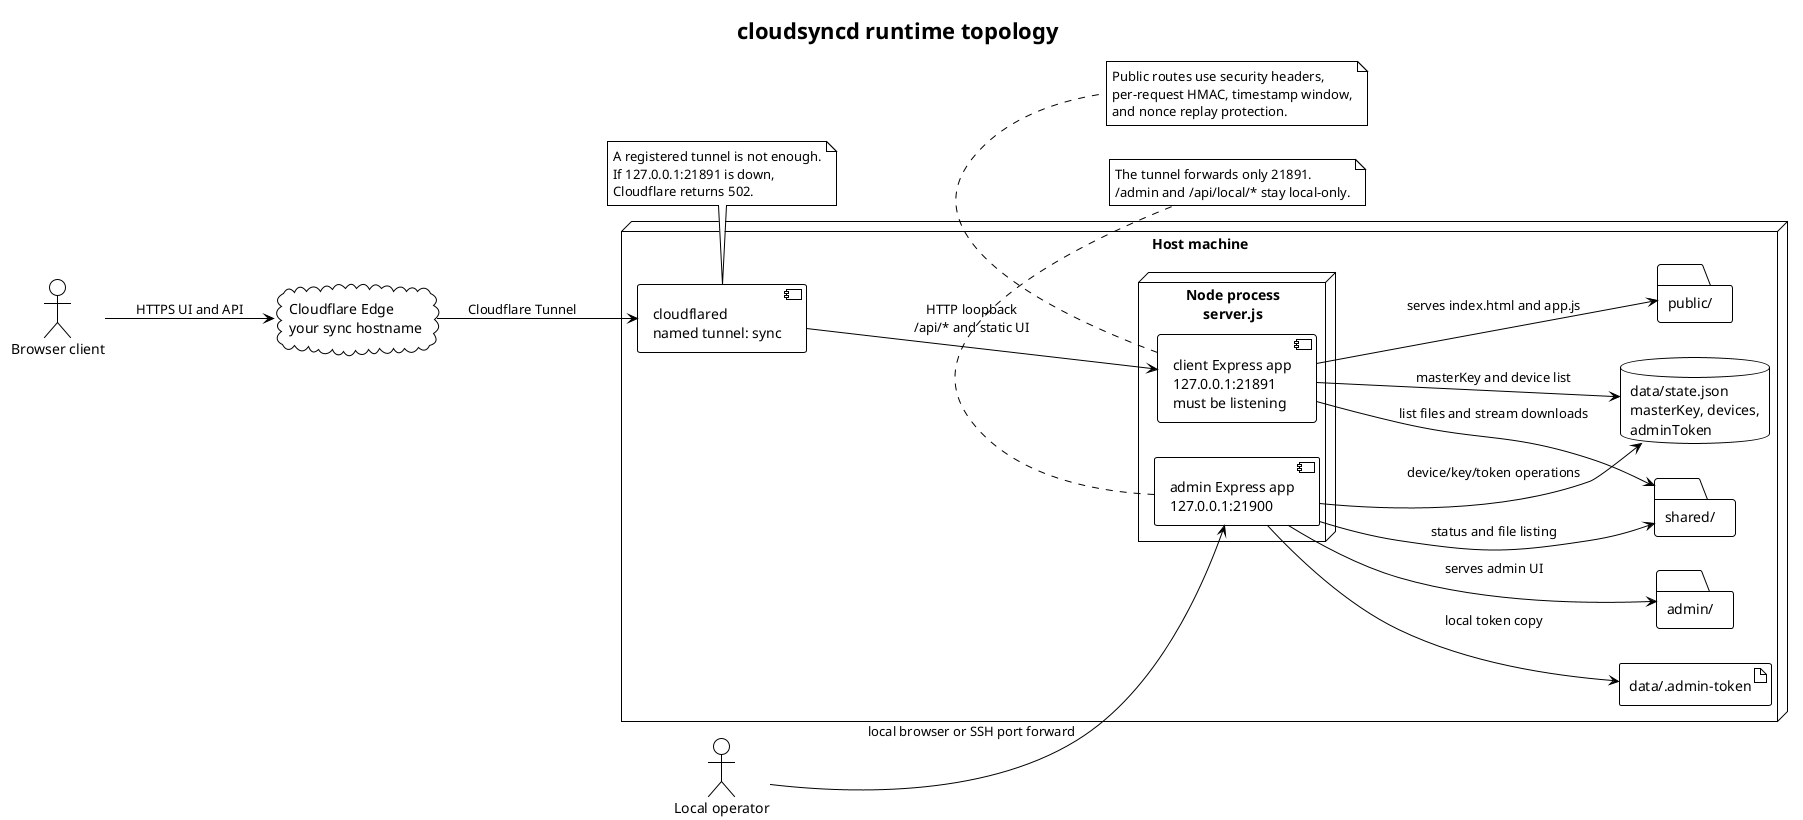
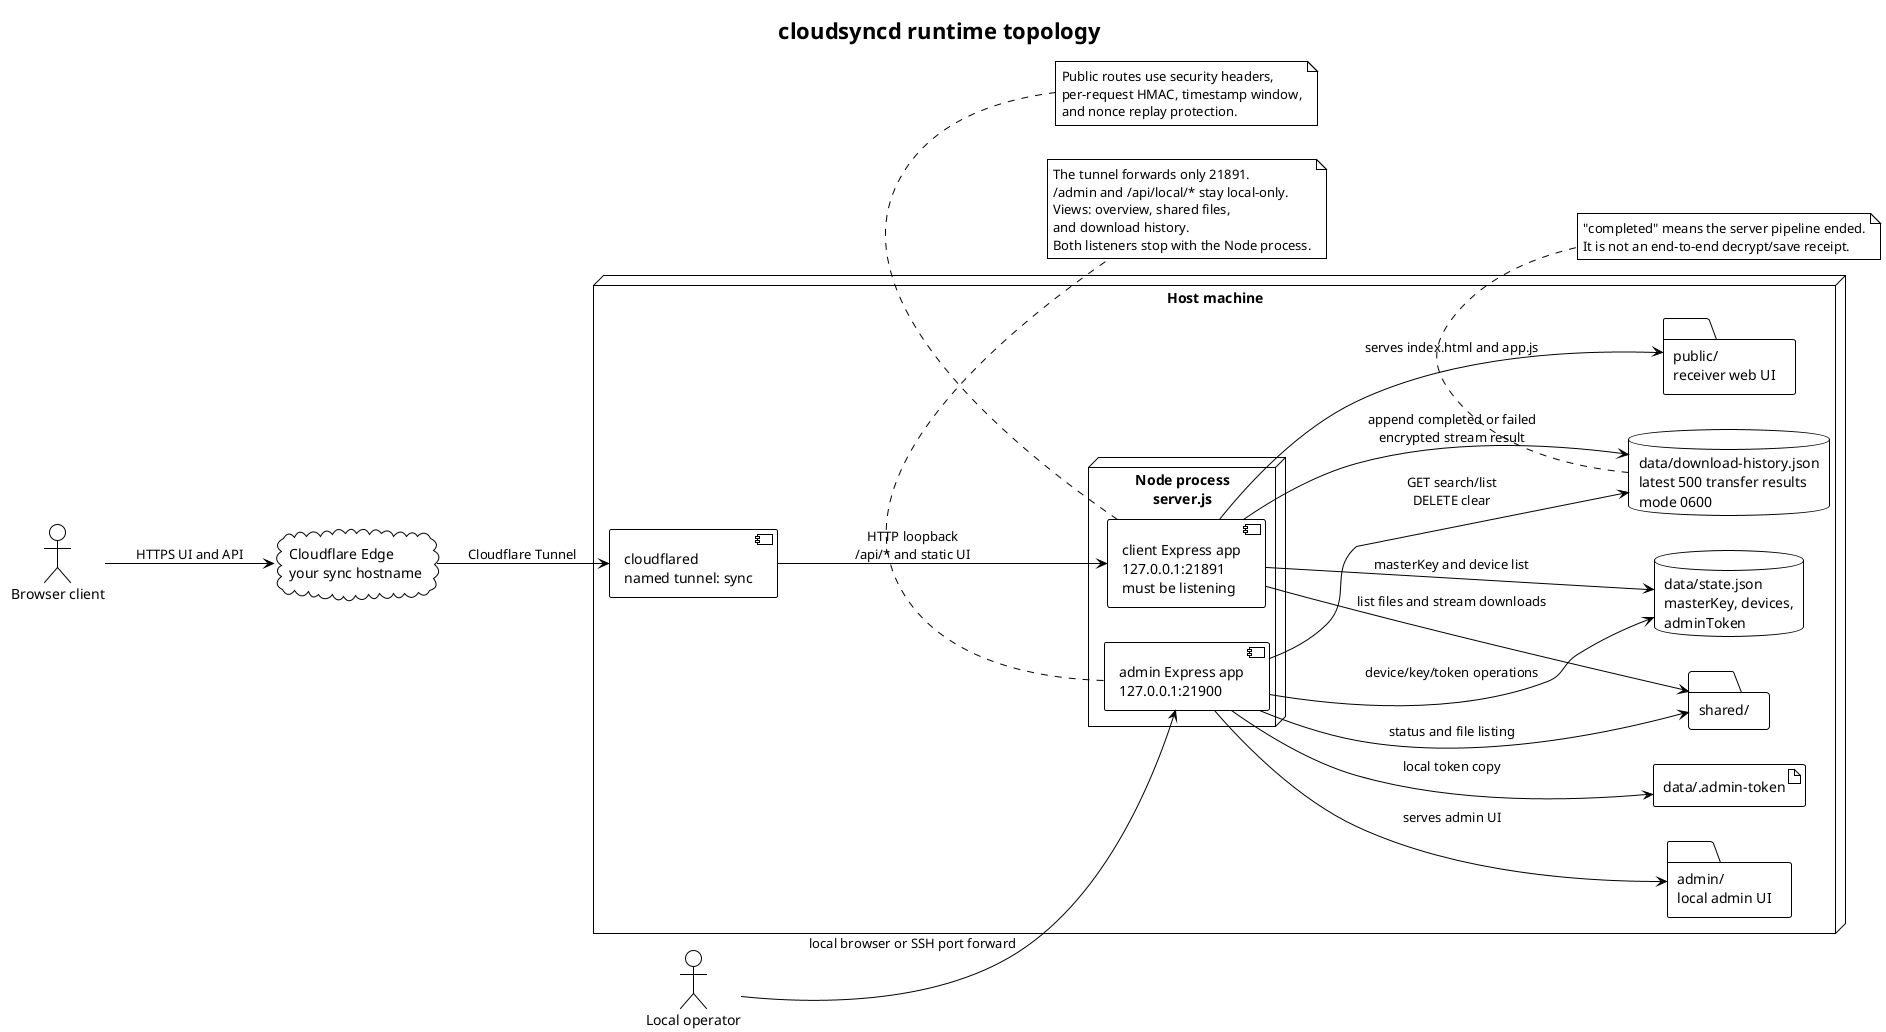
@startuml
!theme plain
left to right direction

title cloudsyncd runtime topology

actor "Browser client" as Browser
actor "Local operator" as Operator
cloud "Cloudflare Edge\nyour sync hostname" as Edge

node "Host machine" as Host {
  component "cloudflared\nnamed tunnel: sync" as Tunnel

  node "Node process\nserver.js" as Node {
    component "client Express app\n127.0.0.1:21891\nmust be listening" as ClientApp
    component "admin Express app\n127.0.0.1:21900" as AdminApp
  }

-   folder "public/" as PublicDir
-   folder "admin/" as AdminDir
+   folder "public/\nreceiver web UI" as PublicDir
+   folder "admin/\nlocal admin UI" as AdminDir
  folder "shared/" as SharedDir
  database "data/state.json\nmasterKey, devices,\nadminToken" as State
  artifact "data/.admin-token" as TokenFile
+   database "data/download-history.json\nlatest 500 transfer results\nmode 0600" as DownloadHistory
}

Browser --> Edge : HTTPS UI and API
Edge --> Tunnel : Cloudflare Tunnel
Tunnel --> ClientApp : HTTP loopback\n/api/* and static UI

ClientApp --> PublicDir : serves index.html and app.js
ClientApp --> SharedDir : list files and stream downloads
ClientApp --> State : masterKey and device list
+ ClientApp --> DownloadHistory : append completed or failed\nencrypted stream result

Operator --> AdminApp : local browser or SSH port forward
AdminApp --> AdminDir : serves admin UI
AdminApp --> State : device/key/token operations
AdminApp --> SharedDir : status and file listing
AdminApp --> TokenFile : local token copy
+ AdminApp --> DownloadHistory : GET search/list\nDELETE clear

note bottom of AdminApp
  The tunnel forwards only 21891.
  /admin and /api/local/* stay local-only.
+   Views: overview, shared files,
+   and download history.
+   Both listeners stop with the Node process.
+ end note
+ 
+ note bottom of DownloadHistory
+   "completed" means the server pipeline ended.
+   It is not an end-to-end decrypt/save receipt.
end note

note bottom of ClientApp
  Public routes use security headers,
  per-request HMAC, timestamp window,
  and nonce replay protection.
end note

- note bottom of Tunnel
-   A registered tunnel is not enough.
-   If 127.0.0.1:21891 is down,
-   Cloudflare returns 502.
- end note
- 
@enduml
